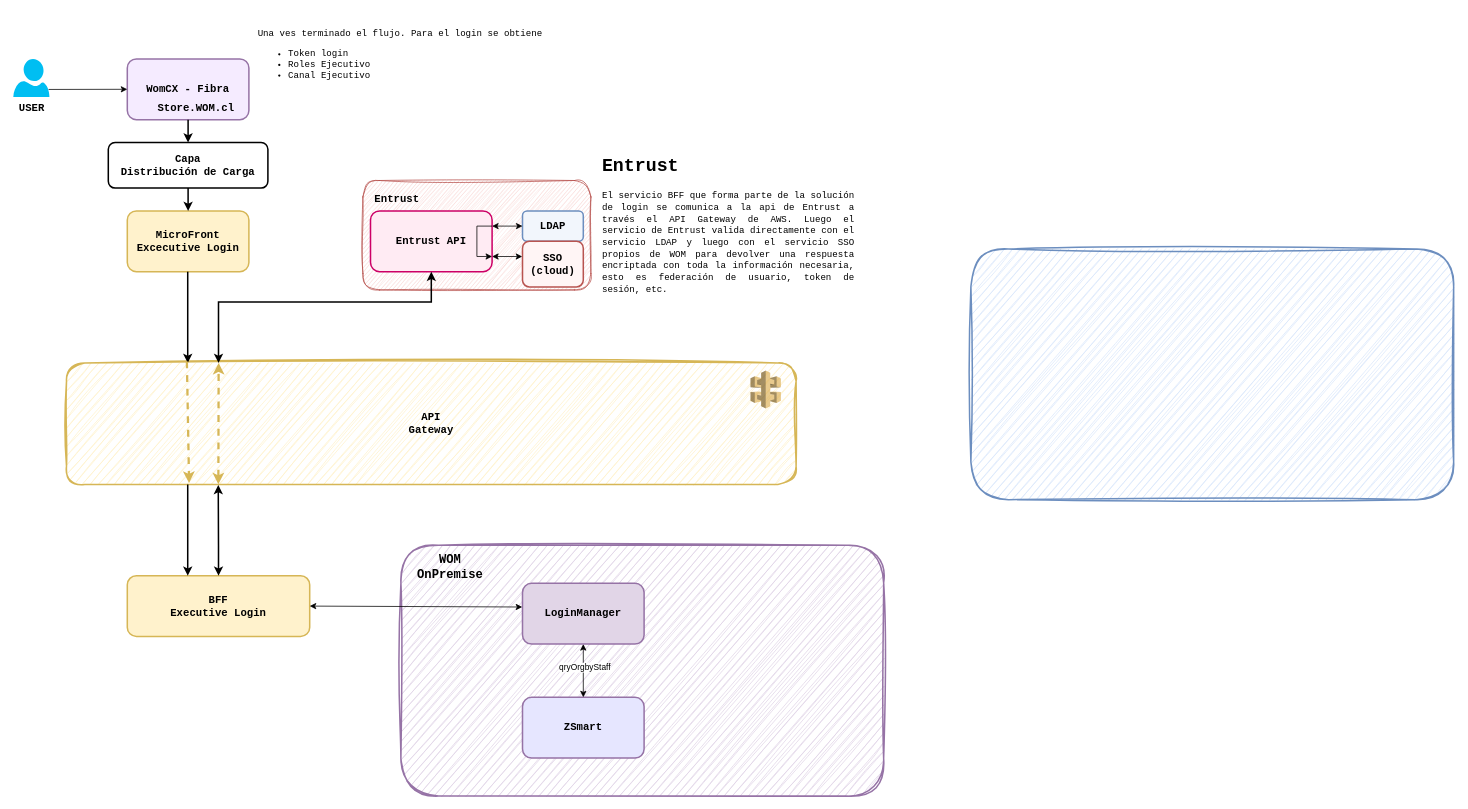
Above: LoginLayer.drawio in linosnt/womCX (draw.io), before the change. Source tidied: cells renumbered, new cells numbered last; positions are measured from the earlier drawing's top-left corner, leaving out a move shared by most shapes. Both pictures are drawn from the tidied source at 76%, with x=0, y=0 at pixel (13, 13).
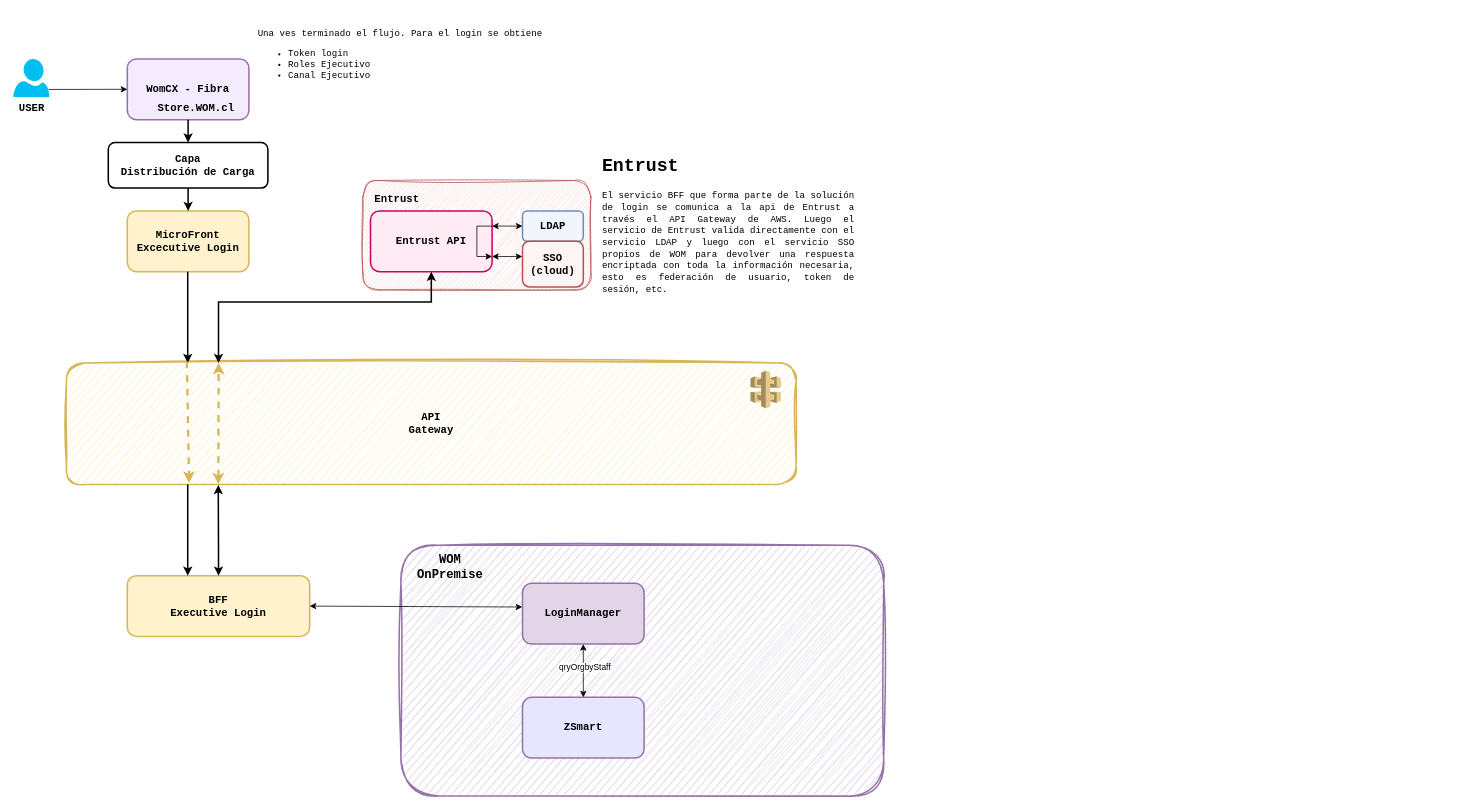
The same diagram, later.

Change to the diagram source:
```diff
@@
-    <mxCell id="36" style="rounded=1;whiteSpace=wrap;html=1;fillColor=#dae8fc;strokeColor=#6c8ebf;strokeWidth=2;sketch=1;curveFitting=1;jiggle=2;" parent="1" vertex="1">
-      <mxGeometry x="1260" y="310" width="635.2" height="330" as="geometry" />
-    </mxCell>
```
